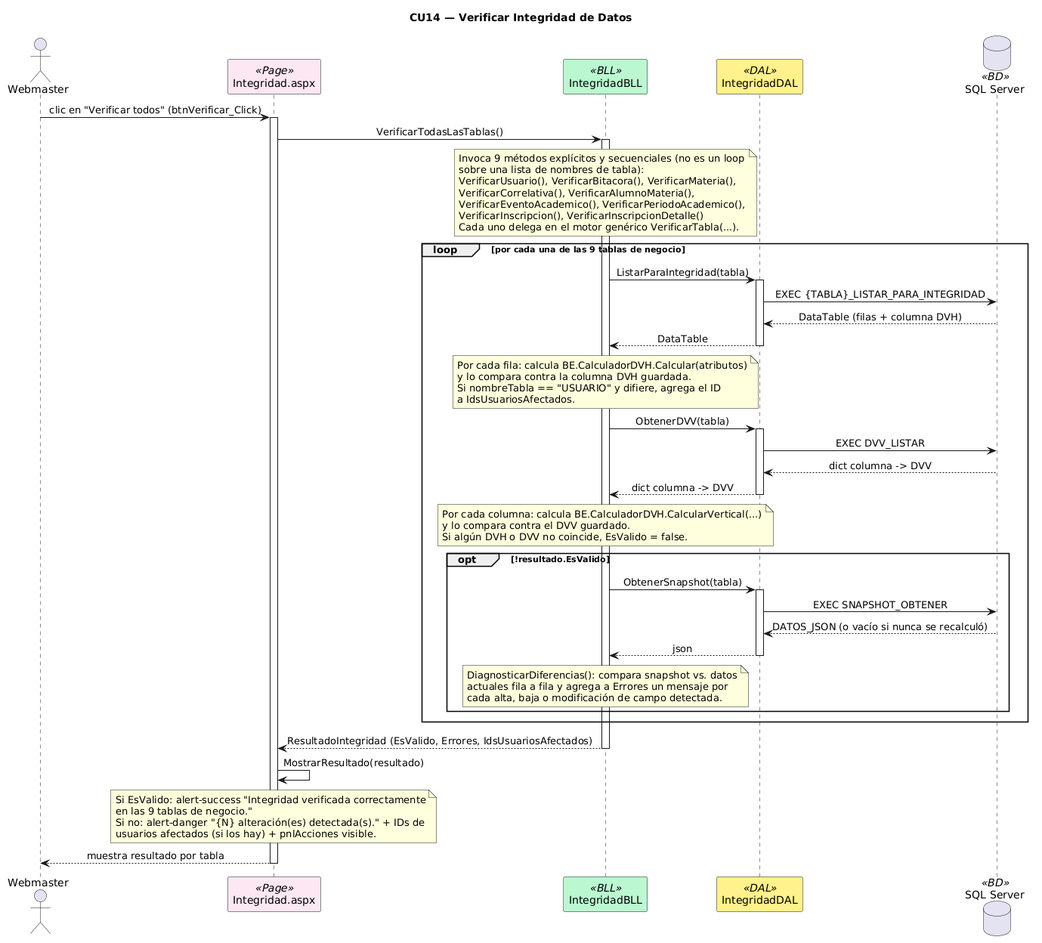
This is DIAGRAMAS/Secuencia_CU14_VerificarIntegridad.png from Urrels/tpDYAWeb, a PlantUML export, as it was before one commit. Source of this version:
```plantuml
@startuml
title CU14 — Verificar Integridad de Datos
skinparam sequenceMessageAlign center
skinparam shadowing false
skinparam sequenceParticipant {
    BackgroundColor<<Page>> #FCE7F3
    BackgroundColor<<BLL>> #BBF7D0
    BackgroundColor<<DAL>> #FEF08A
    BackgroundColor<<BD>> #DBEAFE
}

actor Webmaster as WM
participant "Integridad.aspx" as PAGE <<Page>>
participant "IntegridadBLL" as BLL <<BLL>>
participant "IntegridadDAL" as DAL <<DAL>>
database "SQL Server" as DB <<BD>>

WM -> PAGE : clic en "Verificar todos" (btnVerificar_Click)
activate PAGE
PAGE -> BLL : VerificarTodasLasTablas()
activate BLL

note over BLL
  Invoca 9 métodos explícitos y secuenciales (no es un loop
  sobre una lista de nombres de tabla):
  VerificarUsuario(), VerificarBitacora(), VerificarMateria(),
  VerificarCorrelativa(), VerificarAlumnoMateria(),
  VerificarEventoAcademico(), VerificarPeriodoAcademico(),
  VerificarInscripcion(), VerificarInscripcionDetalle()
  Cada uno delega en el motor genérico VerificarTabla(...).
end note

loop por cada una de las 9 tablas de negocio
    BLL -> DAL : ListarParaIntegridad(tabla)
    activate DAL
    DAL -> DB : EXEC {TABLA}_LISTAR_PARA_INTEGRIDAD
    DB --> DAL : DataTable (filas + columna DVH)
    DAL --> BLL : DataTable
    deactivate DAL

    note over BLL
        Por cada fila: calcula BE.CalculadorDVH.Calcular(atributos)
        y lo compara contra la columna DVH guardada.
        Si nombreTabla == "USUARIO" y difiere, agrega el ID
        a IdsUsuariosAfectados.
    end note

    BLL -> DAL : ObtenerDVV(tabla)
    activate DAL
    DAL -> DB : EXEC DVV_LISTAR
    DB --> DAL : dict columna -> DVV
    DAL --> BLL : dict columna -> DVV
    deactivate DAL

    note over BLL
        Por cada columna: calcula BE.CalculadorDVH.CalcularVertical(...)
        y lo compara contra el DVV guardado.
        Si algún DVH o DVV no coincide, EsValido = false.
    end note

    opt !resultado.EsValido
        BLL -> DAL : ObtenerSnapshot(tabla)
        activate DAL
        DAL -> DB : EXEC SNAPSHOT_OBTENER
        DB --> DAL : DATOS_JSON (o vacío si nunca se recalculó)
        DAL --> BLL : json
        deactivate DAL
        note over BLL
            DiagnosticarDiferencias(): compara snapshot vs. datos
            actuales fila a fila y agrega a Errores un mensaje por
            cada alta, baja o modificación de campo detectada.
        end note
    end
end

BLL --> PAGE : ResultadoIntegridad (EsValido, Errores, IdsUsuariosAfectados)
deactivate BLL

PAGE -> PAGE : MostrarResultado(resultado)
note over PAGE
  Si EsValido: alert-success "Integridad verificada correctamente
  en las 9 tablas de negocio."
  Si no: alert-danger "{N} alteración(es) detectada(s)." + IDs de
  usuarios afectados (si los hay) + pnlAcciones visible.
end note

PAGE --> WM : muestra resultado por tabla
deactivate PAGE
@enduml
```
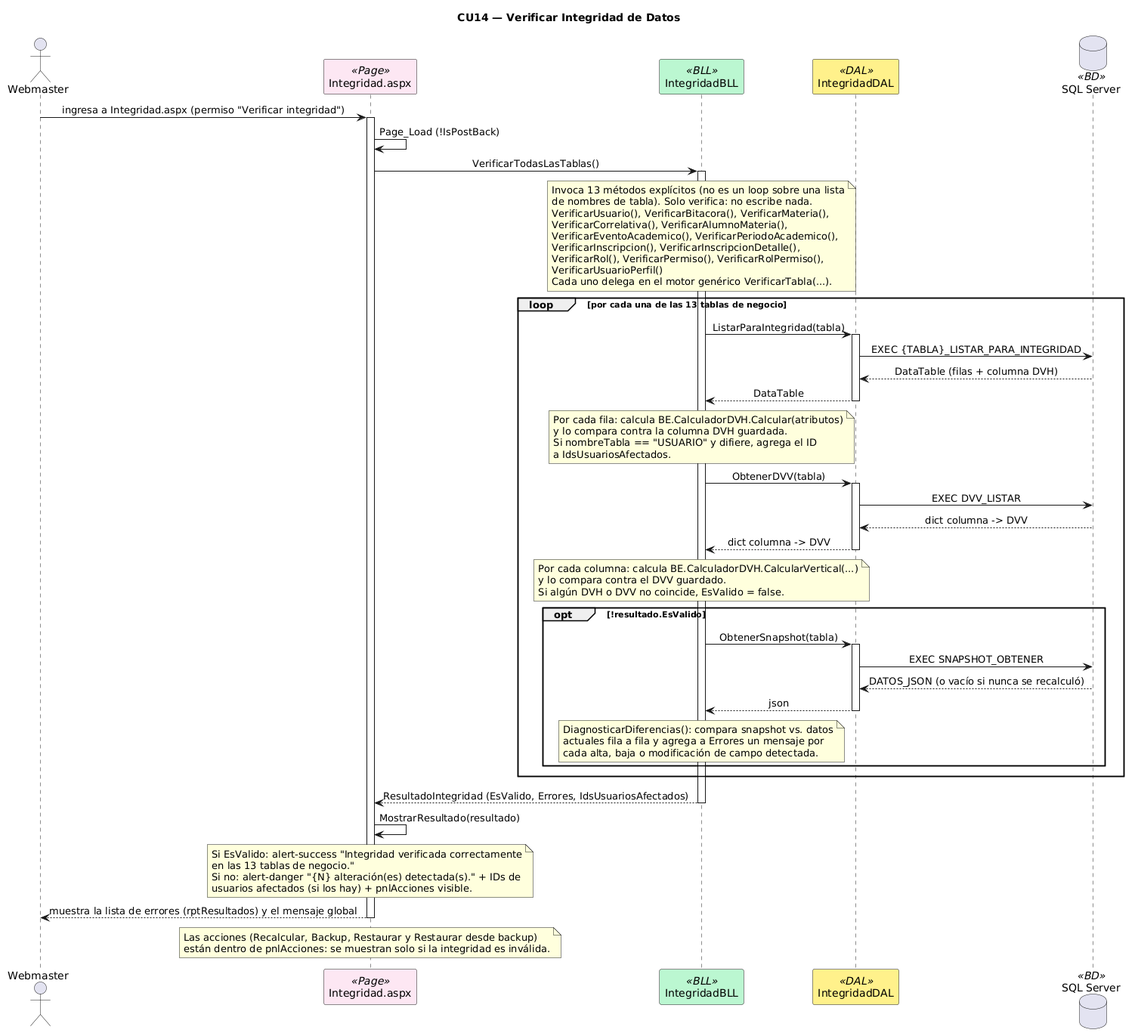
After the change.

Diff of the diagram source:
```diff
@@ -15,22 +15,25 @@
 participant "IntegridadDAL" as DAL <<DAL>>
 database "SQL Server" as DB <<BD>>
 
-WM -> PAGE : clic en "Verificar todos" (btnVerificar_Click)
+WM -> PAGE : ingresa a Integridad.aspx (permiso "Verificar integridad")
 activate PAGE
+PAGE -> PAGE : Page_Load (!IsPostBack)
 PAGE -> BLL : VerificarTodasLasTablas()
 activate BLL
 
 note over BLL
-  Invoca 9 métodos explícitos y secuenciales (no es un loop
-  sobre una lista de nombres de tabla):
+  Invoca 13 métodos explícitos (no es un loop sobre una lista
+  de nombres de tabla). Solo verifica: no escribe nada.
   VerificarUsuario(), VerificarBitacora(), VerificarMateria(),
   VerificarCorrelativa(), VerificarAlumnoMateria(),
   VerificarEventoAcademico(), VerificarPeriodoAcademico(),
-  VerificarInscripcion(), VerificarInscripcionDetalle()
+  VerificarInscripcion(), VerificarInscripcionDetalle(),
+  VerificarRol(), VerificarPermiso(), VerificarRolPermiso(),
+  VerificarUsuarioPerfil()
   Cada uno delega en el motor genérico VerificarTabla(...).
 end note
 
-loop por cada una de las 9 tablas de negocio
+loop por cada una de las 13 tablas de negocio
     BLL -> DAL : ListarParaIntegridad(tabla)
     activate DAL
     DAL -> DB : EXEC {TABLA}_LISTAR_PARA_INTEGRIDAD
@@ -79,11 +82,16 @@
 PAGE -> PAGE : MostrarResultado(resultado)
 note over PAGE
   Si EsValido: alert-success "Integridad verificada correctamente
-  en las 9 tablas de negocio."
+  en las 13 tablas de negocio."
   Si no: alert-danger "{N} alteración(es) detectada(s)." + IDs de
   usuarios afectados (si los hay) + pnlAcciones visible.
 end note
 
-PAGE --> WM : muestra resultado por tabla
+PAGE --> WM : muestra la lista de errores (rptResultados) y el mensaje global
 deactivate PAGE
+
+note over PAGE
+  Las acciones (Recalcular, Backup, Restaurar y Restaurar desde backup)
+  están dentro de pnlAcciones: se muestran solo si la integridad es inválida.
+end note
 @enduml
```
